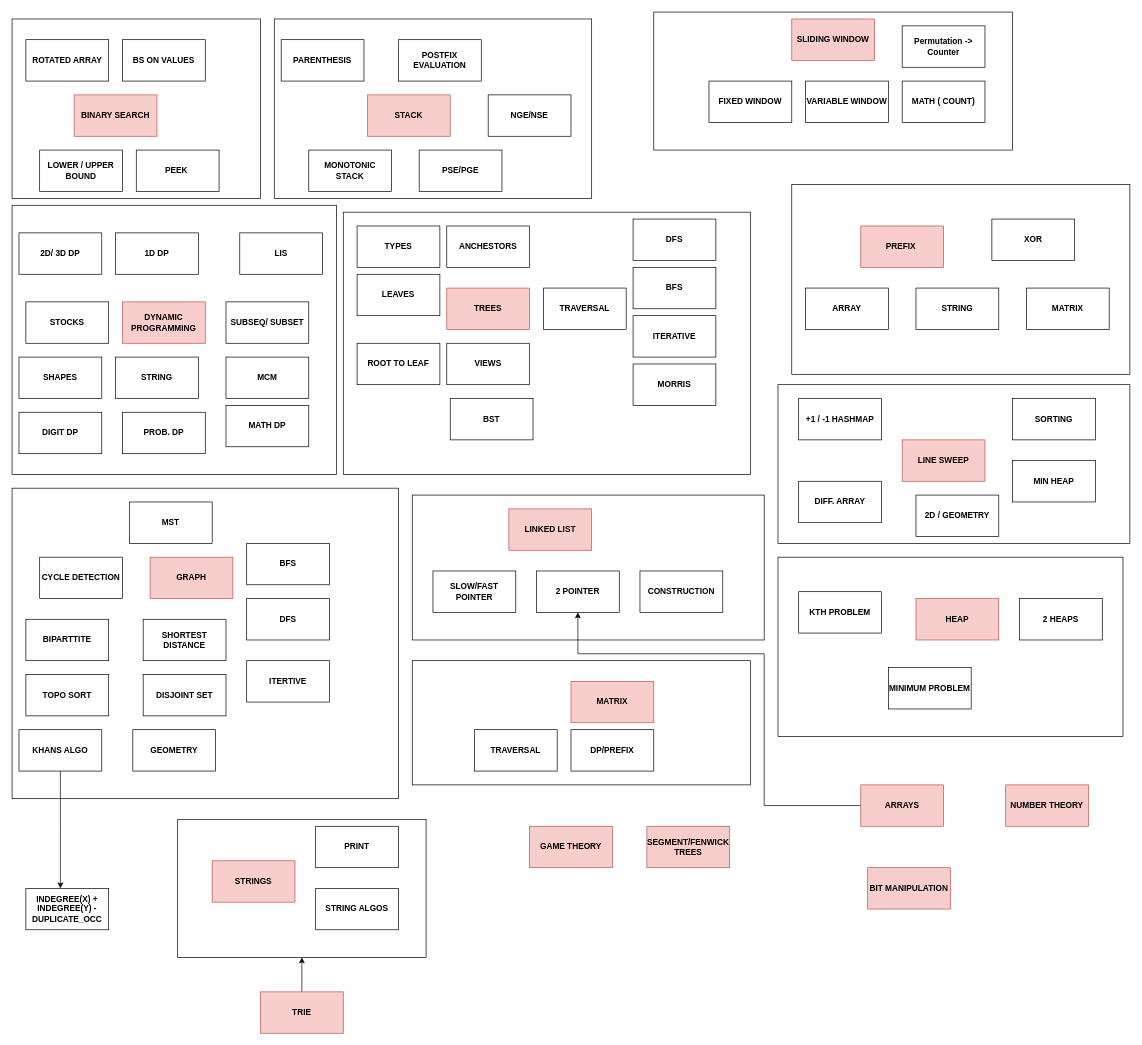
This is coding map.drawio from Dhamodharan17/problem-solving-python, a draw.io file, before an edit. Source tidied: cells renumbered, new cells numbered last; positions are measured from the earlier drawing's top-left corner, leaving out a move shared by most shapes. Both pictures are drawn from the tidied source at 69%, with x=0, y=0 at pixel (12, 12).
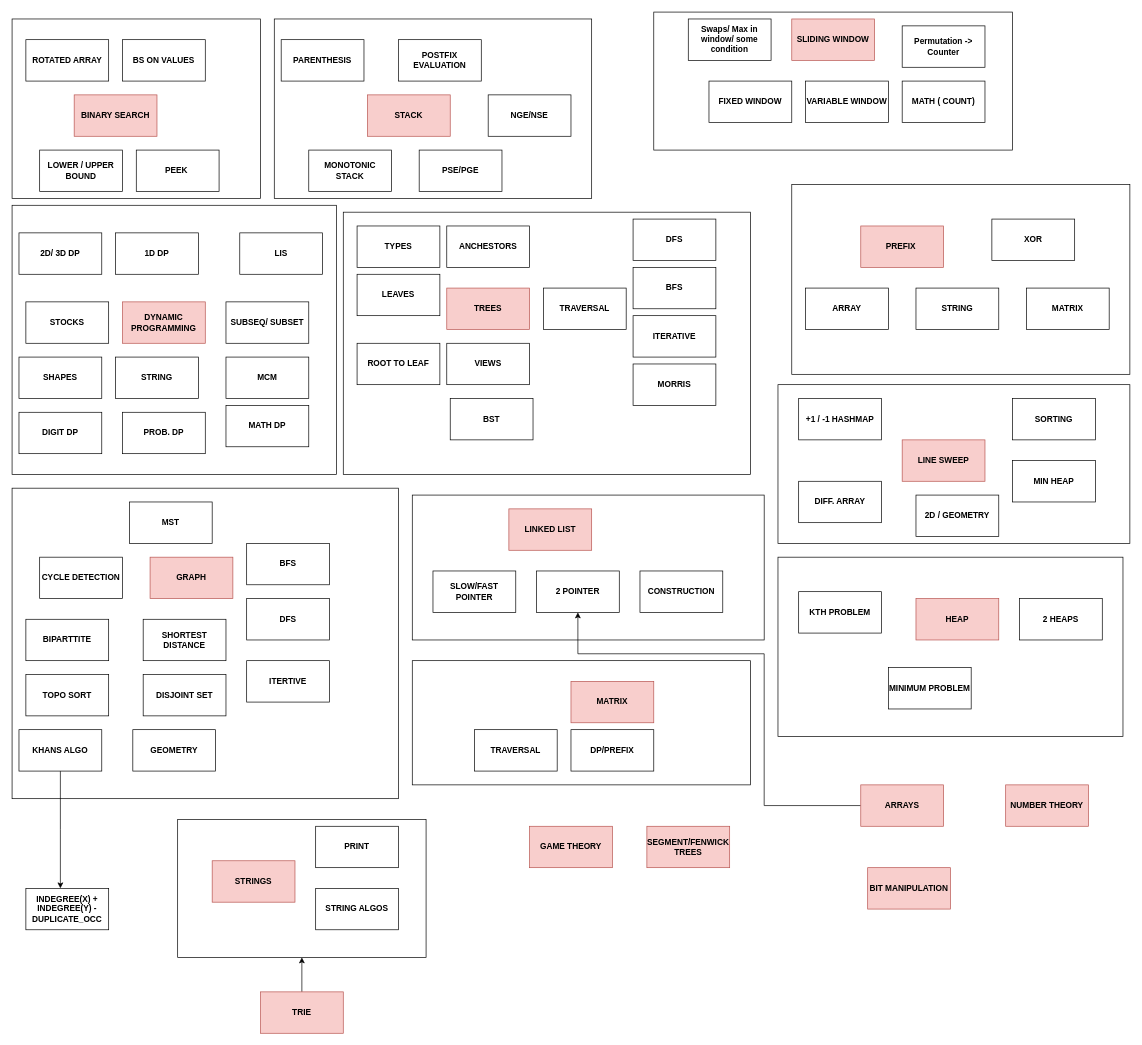
Above is the later version.

What changed in the source:
```diff
@@
+    <mxCell id="127" value="&lt;b&gt;Swaps/ Max in window/ some condition&lt;/b&gt;" style="rounded=0;whiteSpace=wrap;html=1;" parent="1" vertex="1">
+      <mxGeometry x="980" y="10" width="120" height="60" as="geometry" />
+    </mxCell>
```
